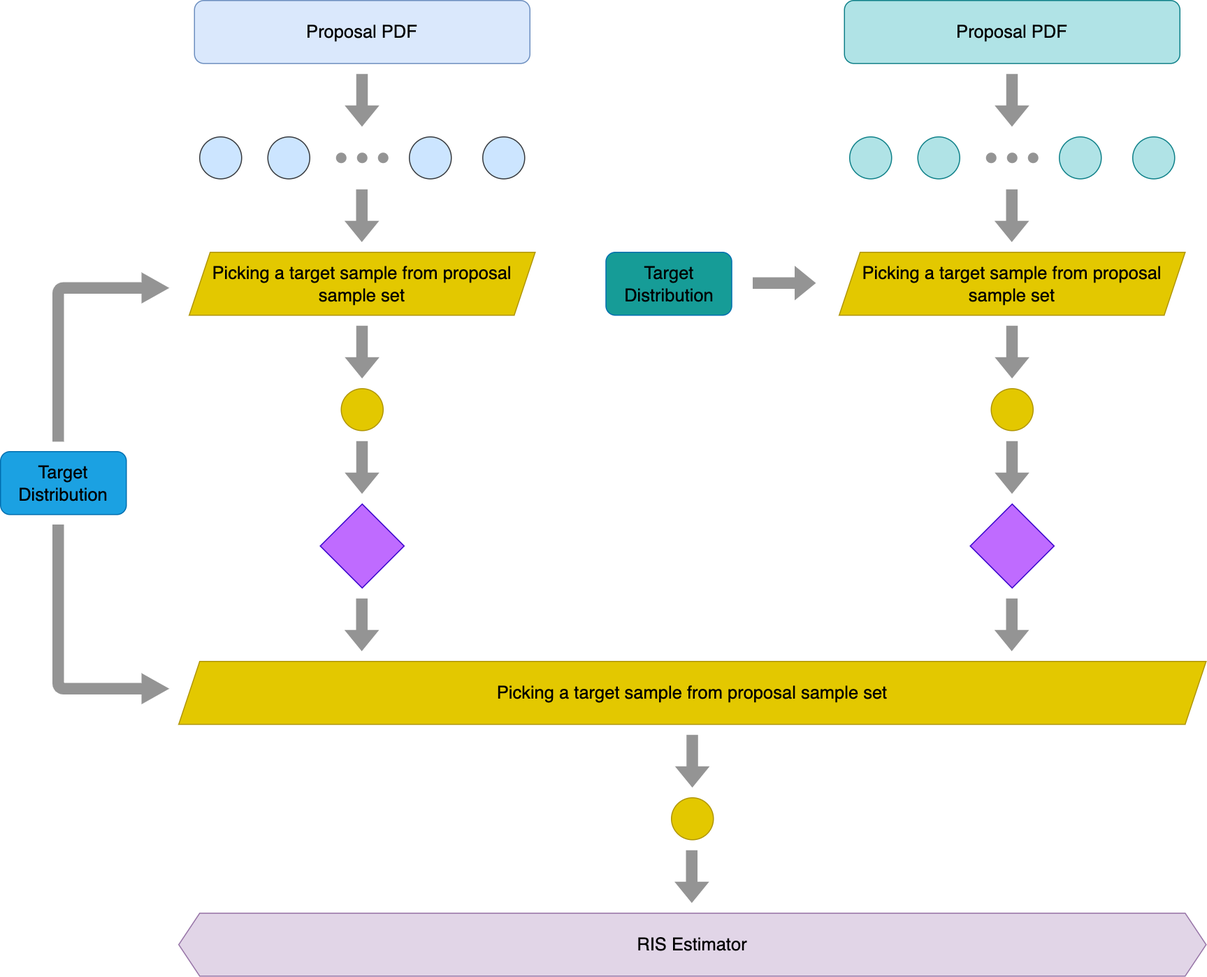
This is img/posts/understanding_the_math_behind_restir_di/ReStir_5.png from JiayinCao/AGraphicsGuyNotes, a draw.io export, as it was before one commit. Source tidied: cells renumbered, new cells last; positions are measured from the earlier drawing's top-left corner, leaving out a move shared by most shapes.
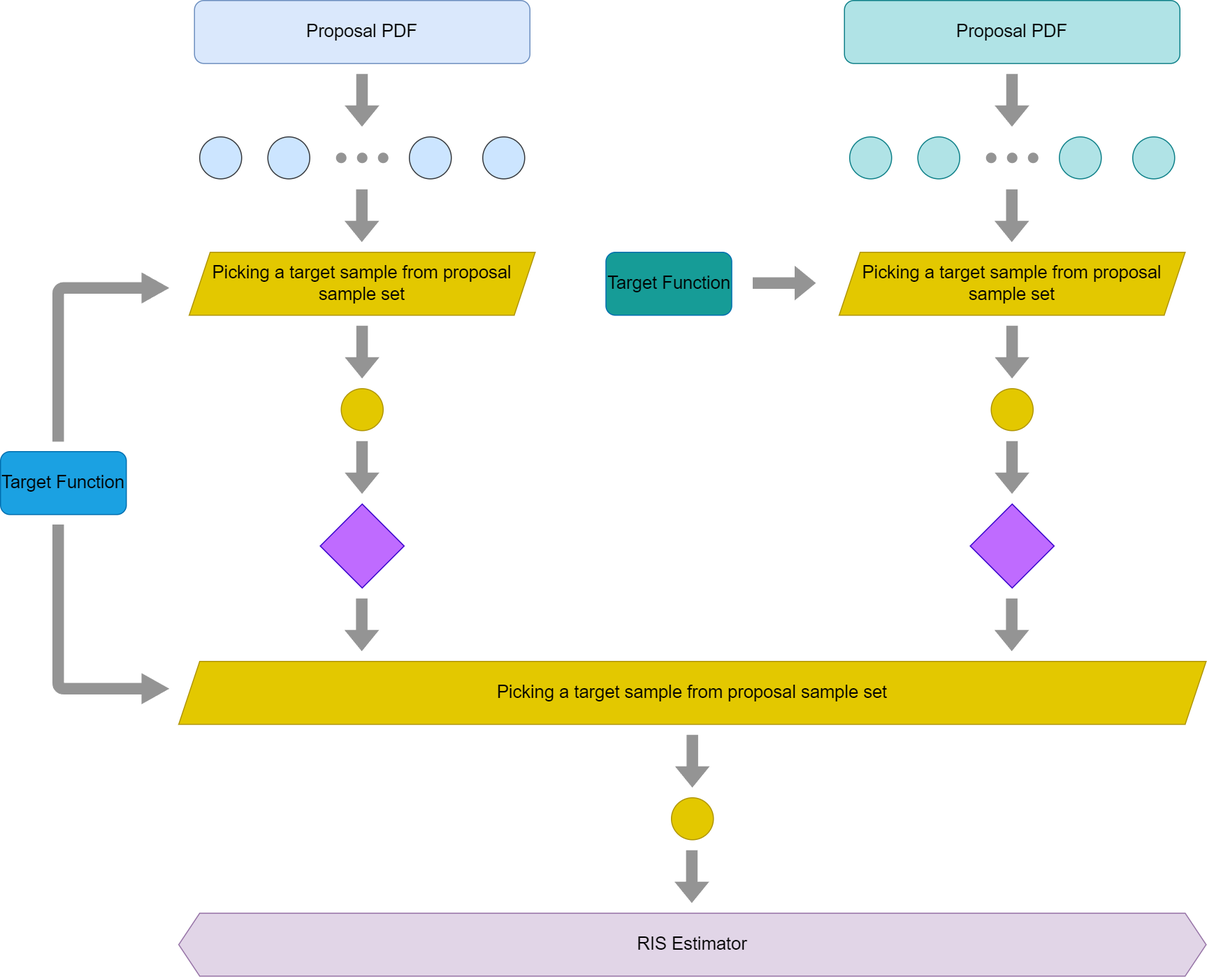
The same diagram one commit later.

The edit, as a diff of the source:
```diff
@@ -23,7 +23,7 @@
     <mxCell id="7" style="ellipse;whiteSpace=wrap;html=1;fillColor=#cce5ff;strokeColor=#36393d;" parent="1" vertex="1">
       <mxGeometry x="390" y="130" width="40" height="40" as="geometry" />
     </mxCell>
-    <mxCell id="8" value="&lt;font style=&quot;font-size: 17px;&quot; color=&quot;#000000&quot;&gt;Target Distribution&lt;/font&gt;" style="rounded=1;whiteSpace=wrap;html=1;fillColor=#1ba1e2;strokeColor=#006EAF;fontColor=#ffffff;" parent="1" vertex="1">
+    <mxCell id="8" value="&lt;font style=&quot;font-size: 17px;&quot; color=&quot;#000000&quot;&gt;Target Function&lt;/font&gt;" style="rounded=1;whiteSpace=wrap;html=1;fillColor=#1ba1e2;strokeColor=#006EAF;fontColor=#ffffff;" parent="1" vertex="1">
       <mxGeometry y="430" width="120" height="60" as="geometry" />
     </mxCell>
     <mxCell id="9" style="ellipse;whiteSpace=wrap;html=1;fillColor=#949494;strokeColor=none;" parent="1" vertex="1">
@@ -62,7 +62,7 @@
     <mxCell id="18" style="ellipse;whiteSpace=wrap;html=1;fillColor=#b0e3e6;strokeColor=#0e8088;" parent="1" vertex="1">
       <mxGeometry x="1010" y="130" width="40" height="40" as="geometry" />
     </mxCell>
-    <mxCell id="19" value="&lt;font style=&quot;font-size: 17px;&quot; color=&quot;#000000&quot;&gt;Target Distribution&lt;/font&gt;" style="rounded=1;whiteSpace=wrap;html=1;fillColor=#169C97;strokeColor=#006EAF;fontColor=#ffffff;" parent="1" vertex="1">
+    <mxCell id="19" value="&lt;font style=&quot;font-size: 17px;&quot; color=&quot;#000000&quot;&gt;Target Function&lt;br&gt;&lt;/font&gt;" style="rounded=1;whiteSpace=wrap;html=1;fillColor=#169C97;strokeColor=#006EAF;fontColor=#ffffff;" parent="1" vertex="1">
       <mxGeometry x="577.5" y="240" width="120" height="60" as="geometry" />
     </mxCell>
     <mxCell id="20" value="&lt;span style=&quot;font-size: 17px;&quot;&gt;Picking a target sample from proposal sample set&lt;/span&gt;" style="shape=parallelogram;perimeter=parallelogramPerimeter;whiteSpace=wrap;html=1;fixedSize=1;fontColor=#000000;fillColor=#e3c800;strokeColor=#B09500;" parent="1" vertex="1">
```
